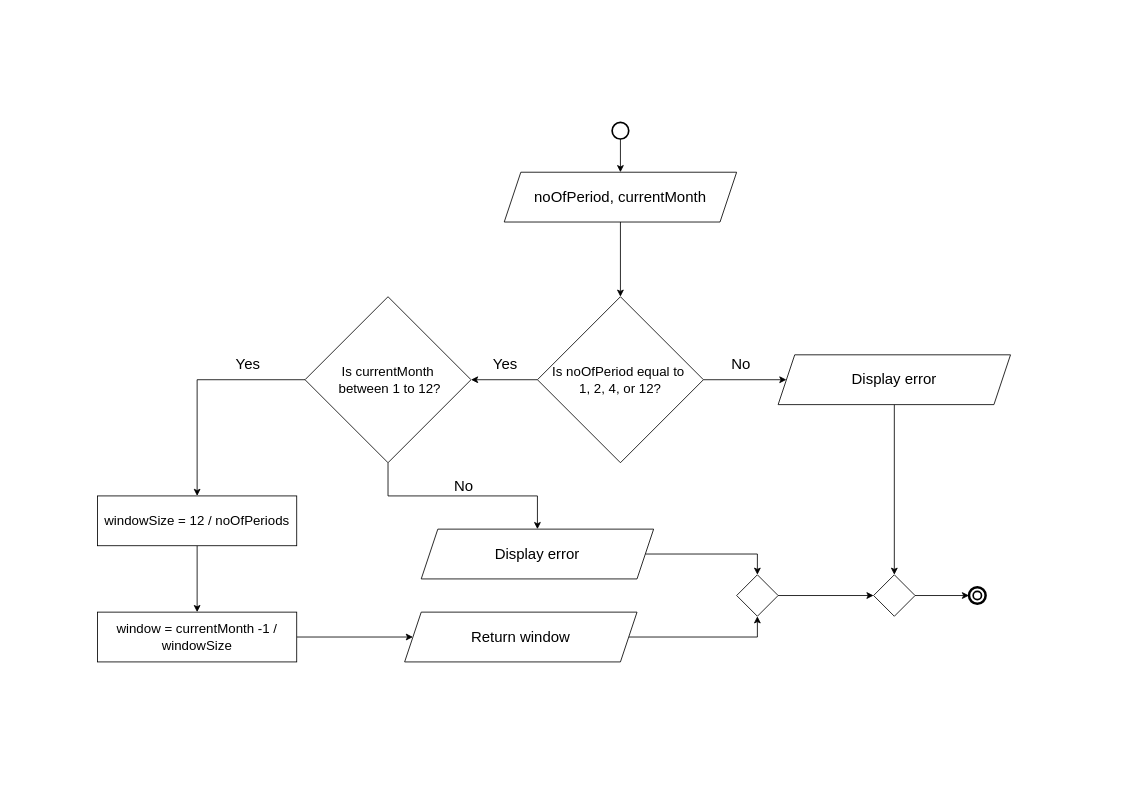
sim33-k/CL-3 keeps this draw.io diagram as doc/FlowChart.drawio. Above is the earlier version. Source tidied: cells renumbered, new cells numbered last; positions are measured from the earlier drawing's top-left corner, leaving out a move shared by most shapes. Both pictures are drawn from the tidied source at 83%, with x=0, y=0 at pixel (97, 122).
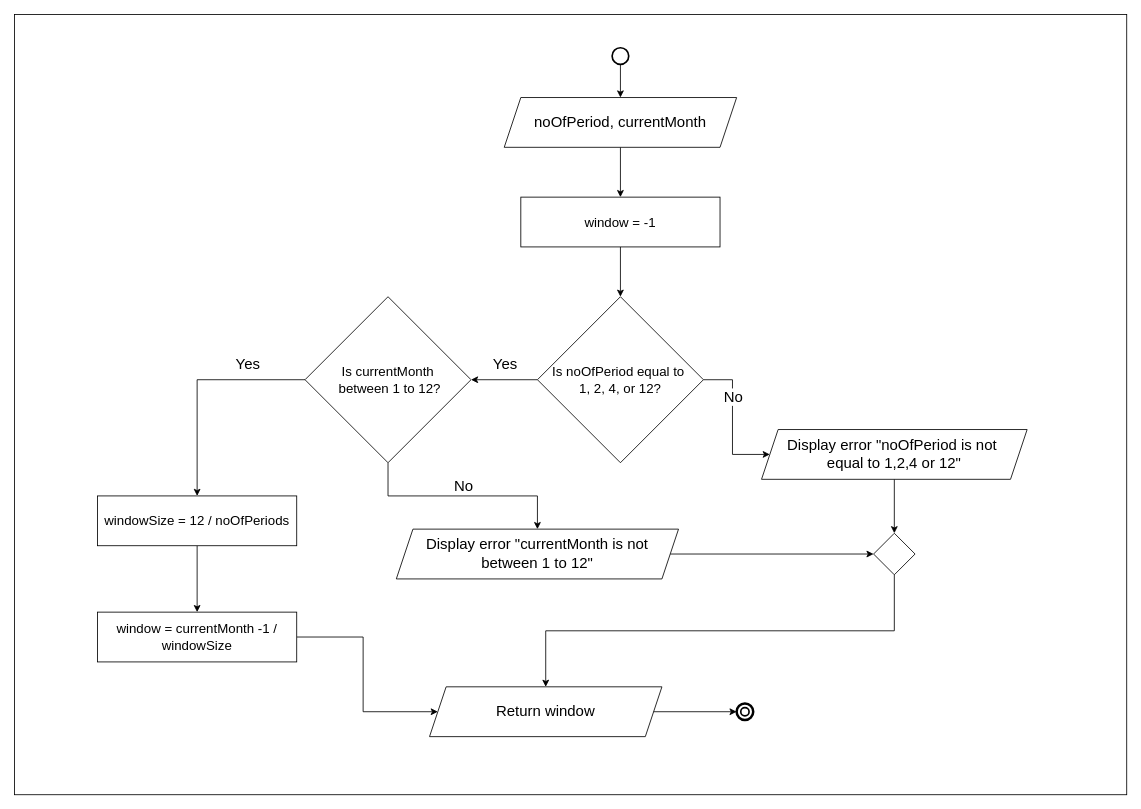
The same page after the edit.

Unchanged cells that the change refers to:
```xml
<mxCell id="8" value="&lt;span style=&quot;font-size: 16px;&quot;&gt;Is noOfPeriod equal to&amp;nbsp;&lt;/span&gt;&lt;div&gt;&lt;span style=&quot;font-size: 16px;&quot;&gt;1, 2, 4, or 12?&lt;/span&gt;&lt;/div&gt;" style="rhombus;whiteSpace=wrap;html=1;" parent="1" vertex="1">
  <mxGeometry x="530" y="210" width="200" height="200" as="geometry" />
</mxCell>
<mxCell id="17" value="&lt;font style=&quot;font-size: 16px;&quot;&gt;window = currentMonth -1 / windowSize&lt;/font&gt;" style="whiteSpace=wrap;html=1;" parent="1" vertex="1">
  <mxGeometry y="590" width="240" height="60" as="geometry" />
</mxCell>
```

Diff of the diagram source:
```diff
@@
-    <mxCell id="2" style="edgeStyle=orthogonalEdgeStyle;rounded=0;jettySize=auto;html=1;" parent="1" edge="1" source="3" target="8">
-      <mxGeometry relative="1" as="geometry" />
-    </mxCell>
+    <mxCell id="32" style="edgeStyle=orthogonalEdgeStyle;rounded=0;jettySize=auto;html=1;exitX=0.5;exitY=1;exitDx=0;exitDy=0;entryX=0.5;entryY=0;entryDx=0;entryDy=0;" parent="1" edge="1" source="3" target="37">
+      <mxGeometry relative="1" as="geometry" />
+    </mxCell>
     <mxCell id="3" value="&lt;font style=&quot;font-size: 18px;&quot;&gt;noOfPeriod, currentMonth&lt;/font&gt;" style="shape=parallelogram;perimeter=parallelogramPerimeter;whiteSpace=wrap;html=1;fixedSize=1;" parent="1" vertex="1">
-      <mxGeometry x="490" y="60" width="280" height="60" as="geometry" />
+      <mxGeometry x="490" y="-30" width="280" height="60" as="geometry" />
     </mxCell>
@@
-    <mxCell id="16" style="edgeStyle=orthogonalEdgeStyle;rounded=0;jettySize=auto;html=1;exitX=1;exitY=0.5;exitDx=0;exitDy=0;entryX=0;entryY=0.5;entryDx=0;entryDy=0;" parent="1" edge="1" source="17" target="23">
-      <mxGeometry relative="1" as="geometry" />
+    <mxCell id="16" style="edgeStyle=orthogonalEdgeStyle;rounded=0;jettySize=auto;html=1;entryX=0;entryY=0.5;entryDx=0;entryDy=0;" parent="1" edge="1" source="17" target="23">
+      <mxGeometry relative="1" as="geometry">
+        <Array as="points">
+          <mxPoint x="320" y="620" />
+          <mxPoint x="320" y="710" />
+        </Array>
+      </mxGeometry>
     </mxCell>
@@
-    <mxCell id="18" style="edgeStyle=orthogonalEdgeStyle;rounded=0;jettySize=auto;html=1;exitX=0.5;exitY=1;exitDx=0;exitDy=0;entryX=0.5;entryY=0;entryDx=0;entryDy=0;" parent="1" edge="1" source="19" target="26">
-      <mxGeometry relative="1" as="geometry" />
-    </mxCell>
+    <mxCell id="33" style="edgeStyle=orthogonalEdgeStyle;rounded=0;jettySize=auto;html=1;" parent="1" edge="1" source="19" target="28">
+      <mxGeometry relative="1" as="geometry" />
+    </mxCell>
-    <mxCell id="19" value="&lt;font style=&quot;font-size: 18px;&quot;&gt;Display error&lt;/font&gt;" style="shape=parallelogram;perimeter=parallelogramPerimeter;whiteSpace=wrap;html=1;fixedSize=1;" parent="1" vertex="1">
-      <mxGeometry x="820" y="280" width="280" height="60" as="geometry" />
+    <mxCell id="19" value="&lt;font style=&quot;font-size: 18px;&quot;&gt;Display error &quot;noOfPeriod is not&amp;nbsp;&lt;/font&gt;&lt;div&gt;&lt;font style=&quot;font-size: 18px;&quot;&gt;equal to 1,2,4 or 12&quot;&lt;/font&gt;&lt;/div&gt;" style="shape=parallelogram;perimeter=parallelogramPerimeter;whiteSpace=wrap;html=1;fixedSize=1;" parent="1" vertex="1">
+      <mxGeometry x="800" y="370" width="320" height="60" as="geometry" />
     </mxCell>
-    <mxCell id="20" style="edgeStyle=orthogonalEdgeStyle;rounded=0;jettySize=auto;html=1;exitX=1;exitY=0.5;exitDx=0;exitDy=0;entryX=0.5;entryY=0;entryDx=0;entryDy=0;" parent="1" edge="1" source="21" target="28">
+    <mxCell id="20" style="edgeStyle=orthogonalEdgeStyle;rounded=0;jettySize=auto;html=1;exitX=1;exitY=0.5;exitDx=0;exitDy=0;entryX=0;entryY=0.5;entryDx=0;entryDy=0;" parent="1" edge="1" source="21" target="28">
       <mxGeometry relative="1" as="geometry" />
     </mxCell>
-    <mxCell id="21" value="&lt;font style=&quot;font-size: 18px;&quot;&gt;Display error&lt;/font&gt;" style="shape=parallelogram;perimeter=parallelogramPerimeter;whiteSpace=wrap;html=1;fixedSize=1;" parent="1" vertex="1">
-      <mxGeometry x="390" y="490" width="280" height="60" as="geometry" />
+    <mxCell id="21" value="&lt;font style=&quot;font-size: 18px;&quot;&gt;Display error &quot;currentMonth is not between 1 to 12&quot;&lt;/font&gt;" style="shape=parallelogram;perimeter=parallelogramPerimeter;whiteSpace=wrap;html=1;fixedSize=1;" parent="1" vertex="1">
+      <mxGeometry x="360" y="490" width="340" height="60" as="geometry" />
     </mxCell>
-    <mxCell id="22" style="edgeStyle=orthogonalEdgeStyle;rounded=0;jettySize=auto;html=1;exitX=1;exitY=0.5;exitDx=0;exitDy=0;entryX=0.5;entryY=1;entryDx=0;entryDy=0;" parent="1" edge="1" source="23" target="28">
-      <mxGeometry relative="1" as="geometry" />
-    </mxCell>
     <mxCell id="23" value="&lt;font style=&quot;font-size: 18px;&quot;&gt;Return window&lt;/font&gt;" style="shape=parallelogram;perimeter=parallelogramPerimeter;whiteSpace=wrap;html=1;fixedSize=1;" parent="1" vertex="1">
-      <mxGeometry x="370" y="590" width="280" height="60" as="geometry" />
+      <mxGeometry x="400" y="680" width="280" height="60" as="geometry" />
     </mxCell>
     <mxCell id="24" style="points=[[0.145,0.145,0],[0.5,0,0],[0.855,0.145,0],[1,0.5,0],[0.855,0.855,0],[0.5,1,0],[0.145,0.855,0],[0,0.5,0]];shape=mxgraph.bpmn.event;html=1;verticalLabelPosition=bottom;labelBackgroundColor=#ffffff;verticalAlign=top;align=center;perimeter=ellipsePerimeter;outlineConnect=0;outline=end;symbol=terminate2;" parent="1" vertex="1">
-      <mxGeometry x="1050" y="560" width="20" height="20" as="geometry" />
+      <mxGeometry x="770" y="700" width="20" height="20" as="geometry" />
     </mxCell>
-    <mxCell id="25" style="edgeStyle=orthogonalEdgeStyle;rounded=0;jettySize=auto;html=1;exitX=1;exitY=0.5;exitDx=0;exitDy=0;entryX=0;entryY=0.5;entryDx=0;entryDy=0;entryPerimeter=0;" parent="1" edge="1" source="26" target="24">
-      <mxGeometry relative="1" as="geometry" />
-    </mxCell>
-    <mxCell id="26" style="rhombus;whiteSpace=wrap;html=1;" parent="1" vertex="1">
-      <mxGeometry x="935" y="545" width="50" height="50" as="geometry" />
-    </mxCell>
-    <mxCell id="27" style="edgeStyle=orthogonalEdgeStyle;rounded=0;jettySize=auto;html=1;exitX=1;exitY=0.5;exitDx=0;exitDy=0;entryX=0;entryY=0.5;entryDx=0;entryDy=0;" parent="1" edge="1" source="28" target="26">
-      <mxGeometry relative="1" as="geometry" />
-    </mxCell>
+    <mxCell id="34" style="edgeStyle=orthogonalEdgeStyle;rounded=0;jettySize=auto;html=1;exitX=0.5;exitY=1;exitDx=0;exitDy=0;entryX=0.5;entryY=0;entryDx=0;entryDy=0;" parent="1" edge="1" source="28" target="23">
+      <mxGeometry relative="1" as="geometry" />
+    </mxCell>
     <mxCell id="28" style="rhombus;whiteSpace=wrap;html=1;" parent="1" vertex="1">
-      <mxGeometry x="770" y="545" width="50" height="50" as="geometry" />
+      <mxGeometry x="935" y="495" width="50" height="50" as="geometry" />
     </mxCell>
@@
     <mxCell id="30" style="strokeWidth=2;html=1;shape=mxgraph.flowchart.start_2;whiteSpace=wrap;" parent="1" vertex="1">
-      <mxGeometry x="620" width="20" height="20" as="geometry" />
+      <mxGeometry x="620" y="-90" width="20" height="20" as="geometry" />
     </mxCell>
     <mxCell id="31" style="strokeWidth=2;html=1;shape=mxgraph.flowchart.start_2;whiteSpace=wrap;" parent="1" vertex="1">
-      <mxGeometry x="1055" y="565" width="10" height="10" as="geometry" />
+      <mxGeometry x="775" y="705" width="10" height="10" as="geometry" />
     </mxCell>
+    <mxCell id="35" style="rounded=0;whiteSpace=wrap;html=1;fillColor=none;" parent="1" vertex="1">
+      <mxGeometry x="-100" y="-130" width="1340" height="940" as="geometry" />
+    </mxCell>
+    <mxCell id="36" style="edgeStyle=orthogonalEdgeStyle;rounded=0;jettySize=auto;html=1;exitX=0.5;exitY=1;exitDx=0;exitDy=0;entryX=0.5;entryY=0;entryDx=0;entryDy=0;" parent="1" edge="1" source="37" target="8">
+      <mxGeometry relative="1" as="geometry" />
+    </mxCell>
+    <mxCell id="37" value="&lt;font style=&quot;font-size: 16px;&quot;&gt;window = -1&lt;/font&gt;" style="whiteSpace=wrap;html=1;" parent="1" vertex="1">
+      <mxGeometry x="510" y="90" width="240" height="60" as="geometry" />
+    </mxCell>
+    <mxCell id="38" style="edgeStyle=orthogonalEdgeStyle;rounded=0;jettySize=auto;html=1;exitX=1;exitY=0.5;exitDx=0;exitDy=0;entryX=0;entryY=0.5;entryDx=0;entryDy=0;entryPerimeter=0;" parent="1" edge="1" source="23" target="24">
+      <mxGeometry relative="1" as="geometry" />
+    </mxCell>
```
